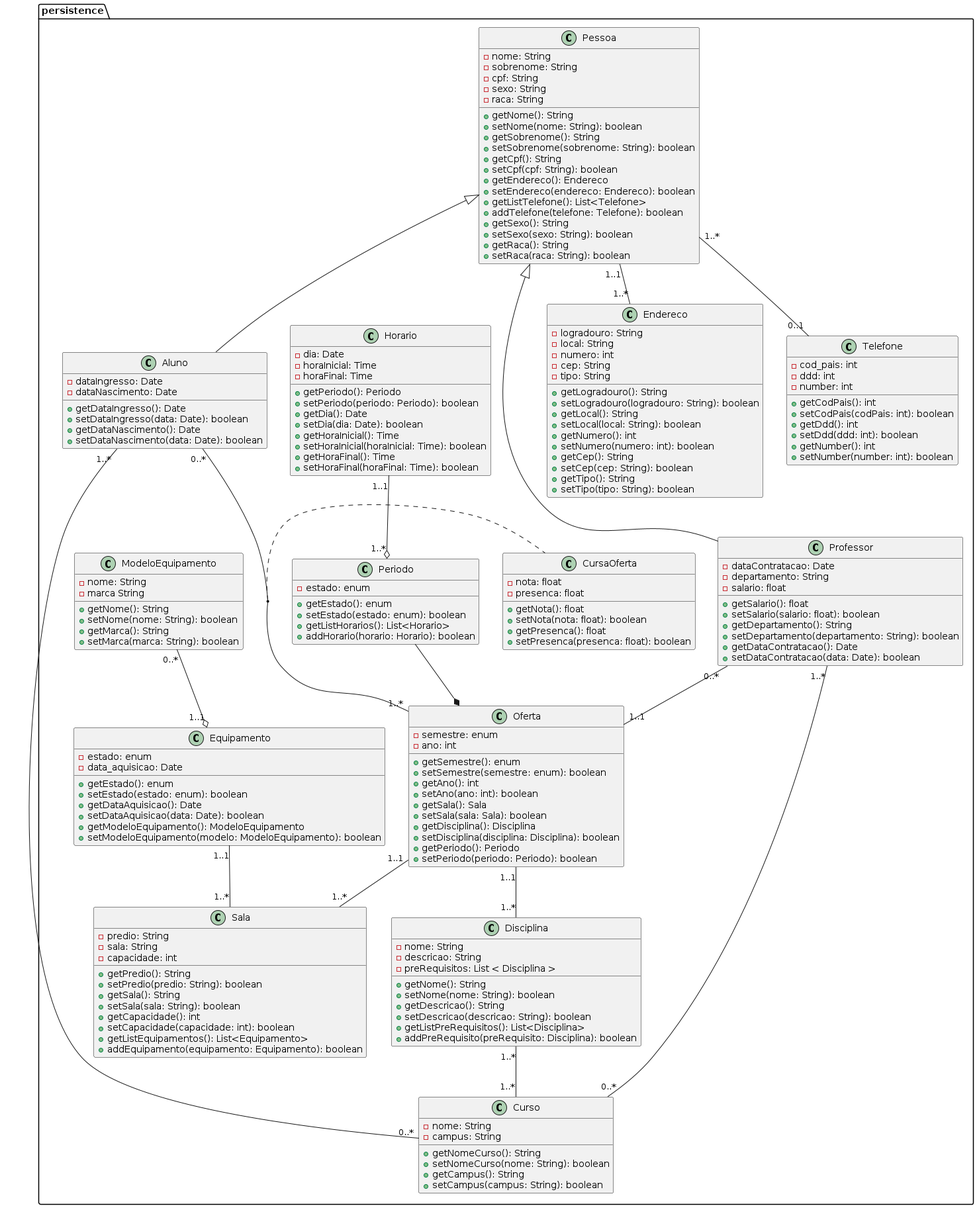
Above: diagramas/assets/diagrama-de-classe/diagrama-de-classe.png in lknupp/sistema-de-gestao-academico (PlantUML), before the change.
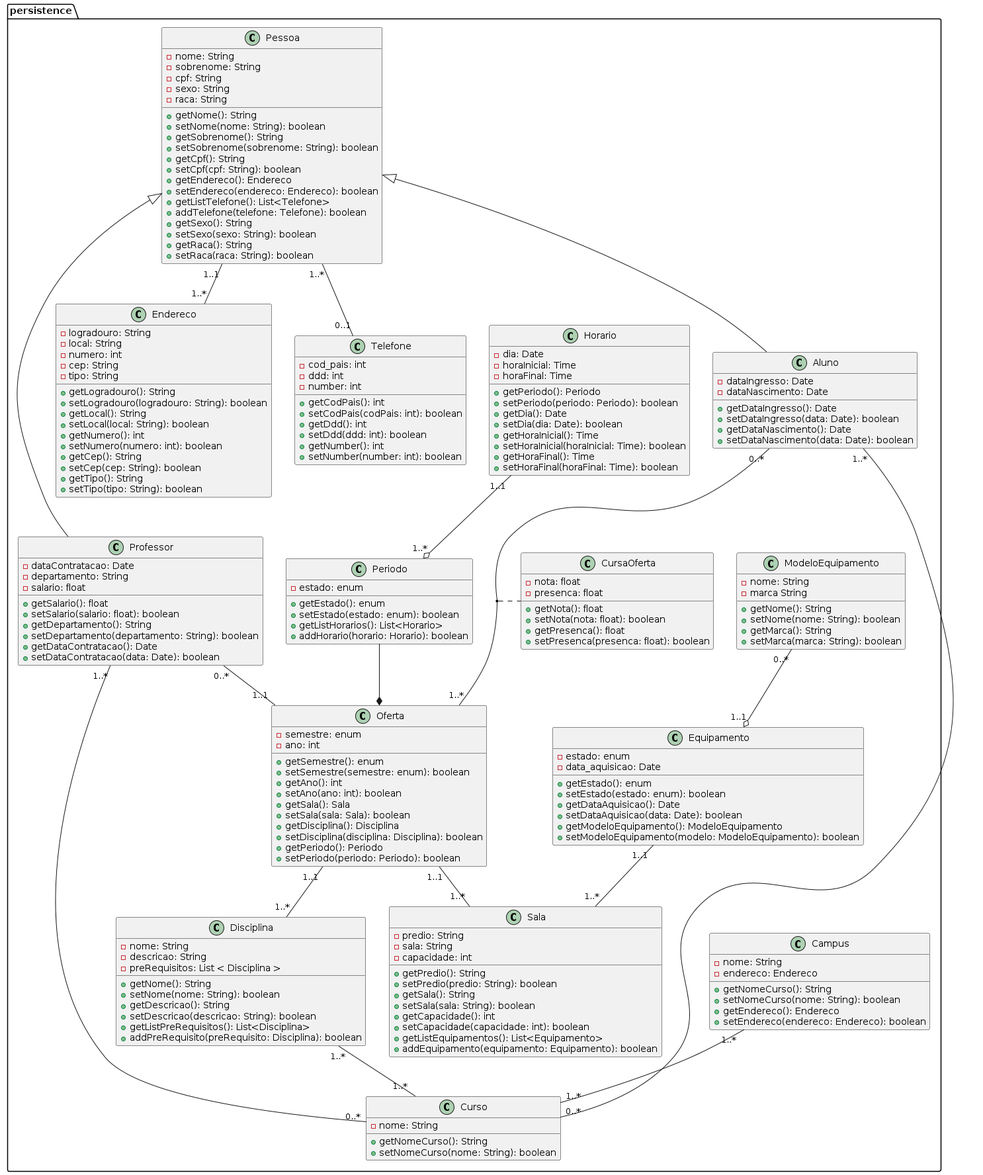
After the change.

What changed in the source:
```diff
@@ -101,14 +101,22 @@
         + setNumber(number: int): boolean
     }
 
-    class Curso{
+    class Curso {
         - nome: String
-        - campus: String
 
         + getNomeCurso(): String
         + setNomeCurso(nome: String): boolean
-        + getCampus(): String
-        + setCampus(campus: String): boolean
+    }
+
+    Campus "1..*" -- "1..*" Curso
+    class Campus {
+        - nome: String
+        - endereco: Endereco
+
+        + getNomeCurso(): String
+        + setNomeCurso(nome: String): boolean
+        + getEndereco(): Endereco
+        + setEndereco(endereco: Endereco): boolean
     }
 
     Disciplina "1..*" -- "1..*" Curso
```
